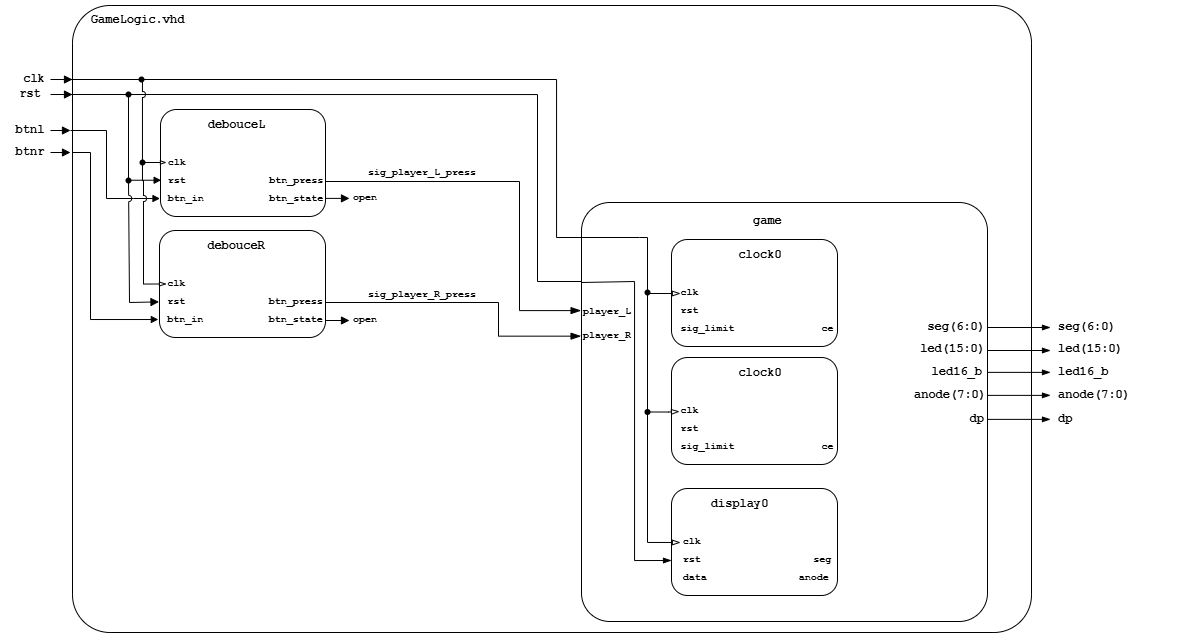
Earlier version of the draw.io export img/Schéma.png (270931/DE1-Projekt). Source tidied: cells renumbered, new cells last; positions are measured from the earlier drawing's top-left corner, leaving out a move shared by most shapes.
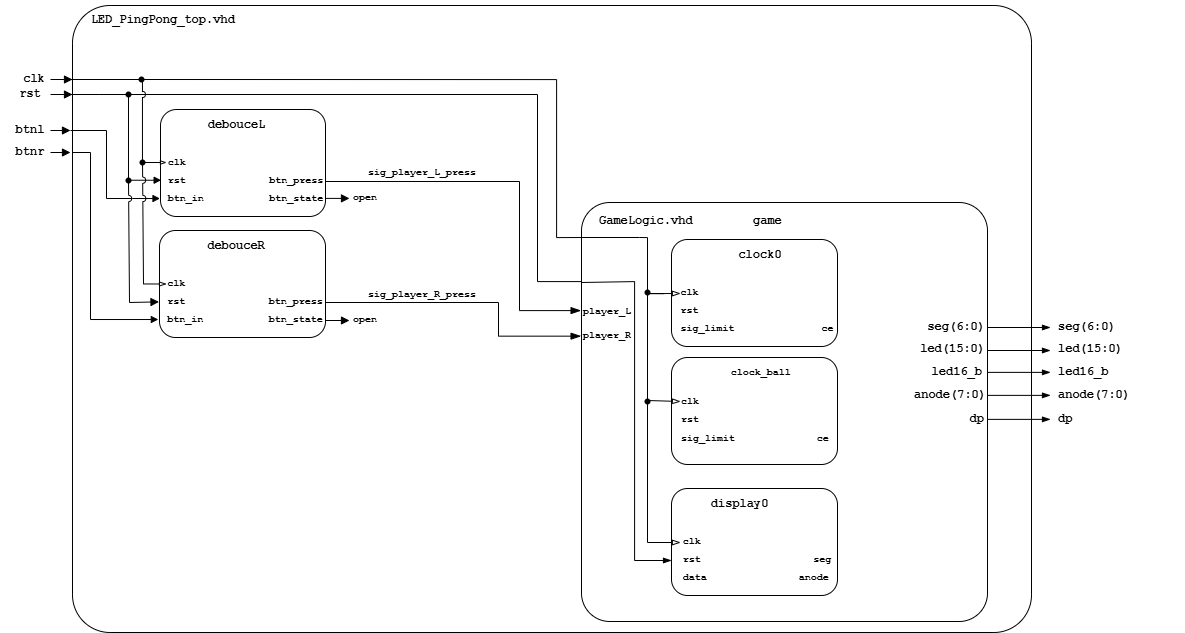
After the change.

Change to the diagram source:
```diff
@@ -2,7 +2,7 @@
   <root>
     <mxCell id="0" />
     <mxCell id="1" parent="0" />
-    <mxCell id="2" value="&lt;pre&gt;&lt;font face=&quot;Courier New&quot;&gt;&lt;b&gt;    GameLogic.vhd&lt;/b&gt;&lt;/font&gt;&lt;/pre&gt;" style="rounded=1;whiteSpace=wrap;html=1;align=left;verticalAlign=top;fontFamily=Courier New;arcSize=6;spacing=-10;" parent="1" vertex="1">
+    <mxCell id="2" value="&lt;pre&gt;&lt;font face=&quot;Courier New&quot;&gt;&lt;b&gt;    LED_PingPong_top.vhd&lt;/b&gt;&lt;/font&gt;&lt;/pre&gt;" style="rounded=1;whiteSpace=wrap;html=1;align=left;verticalAlign=top;fontFamily=Courier New;arcSize=6;spacing=-10;" parent="1" vertex="1">
       <mxGeometry x="72" width="959" height="627" as="geometry" />
     </mxCell>
     <mxCell id="3" style="endArrow=block;html=1;rounded=0;endFill=1;curved=0;" parent="1" edge="1">
@@ -233,7 +233,7 @@
     <mxCell id="47" value="&lt;div style=&quot;text-align: left;&quot;&gt;&lt;table&gt;&lt;tbody&gt;&lt;tr&gt;&lt;td&gt;&lt;font style=&quot;font-size: 10px;&quot;&gt;&lt;br&gt;&lt;/font&gt;&lt;/td&gt;&lt;td&gt;&lt;font style=&quot;line-height: 140%;&quot;&gt;clock0&lt;br&gt;&lt;br&gt;&lt;/font&gt;&lt;/td&gt;&lt;td&gt;&lt;font style=&quot;font-size: 10px;&quot;&gt;&lt;br&gt;&lt;/font&gt;&lt;/td&gt;&lt;/tr&gt;&lt;tr&gt;&lt;td&gt;&lt;font style=&quot;font-size: 10px;&quot;&gt;&amp;nbsp;clk&lt;/font&gt;&lt;/td&gt;&lt;td&gt;&lt;font style=&quot;font-size: 10px;&quot;&gt;&lt;br&gt;&lt;/font&gt;&lt;/td&gt;&lt;td&gt;&lt;font style=&quot;font-size: 10px;&quot;&gt;&lt;br&gt;&lt;/font&gt;&lt;/td&gt;&lt;/tr&gt;&lt;tr&gt;&lt;td&gt;&lt;font style=&quot;font-size: 10px;&quot;&gt;&amp;nbsp;rst&lt;/font&gt;&lt;/td&gt;&lt;td&gt;&lt;font style=&quot;font-size: 10px;&quot;&gt;&lt;br&gt;&lt;/font&gt;&lt;/td&gt;&lt;td&gt;&lt;br&gt;&lt;/td&gt;&lt;/tr&gt;&lt;tr&gt;&lt;td&gt;&lt;font style=&quot;font-size: 10px;&quot;&gt;&amp;nbsp;sig_limit&lt;/font&gt;&lt;/td&gt;&lt;td&gt;&lt;br&gt;&lt;/td&gt;&lt;td&gt;&lt;font style=&quot;font-size: 10px;&quot;&gt;&amp;nbsp; &amp;nbsp; &amp;nbsp; ce&lt;/font&gt;&lt;/td&gt;&lt;/tr&gt;&lt;/tbody&gt;&lt;/table&gt;&lt;br&gt;&lt;/div&gt;" style="rounded=1;whiteSpace=wrap;html=1;verticalAlign=top;fontFamily=Courier New;fontStyle=1;spacing=0;" parent="1" vertex="1">
       <mxGeometry x="671" y="234" width="166" height="107" as="geometry" />
     </mxCell>
-    <mxCell id="48" value="&lt;div style=&quot;text-align: left;&quot;&gt;&lt;table&gt;&lt;tbody&gt;&lt;tr&gt;&lt;td&gt;&lt;font style=&quot;font-size: 10px;&quot;&gt;&lt;br&gt;&lt;/font&gt;&lt;/td&gt;&lt;td&gt;&lt;font style=&quot;line-height: 140%;&quot;&gt;clock0&lt;br&gt;&lt;br&gt;&lt;/font&gt;&lt;/td&gt;&lt;td&gt;&lt;font style=&quot;font-size: 10px;&quot;&gt;&lt;br&gt;&lt;/font&gt;&lt;/td&gt;&lt;/tr&gt;&lt;tr&gt;&lt;td&gt;&lt;font style=&quot;font-size: 10px;&quot;&gt;&amp;nbsp;clk&lt;/font&gt;&lt;/td&gt;&lt;td&gt;&lt;font style=&quot;font-size: 10px;&quot;&gt;&lt;br&gt;&lt;/font&gt;&lt;/td&gt;&lt;td&gt;&lt;font style=&quot;font-size: 10px;&quot;&gt;&lt;br&gt;&lt;/font&gt;&lt;/td&gt;&lt;/tr&gt;&lt;tr&gt;&lt;td&gt;&lt;font style=&quot;font-size: 10px;&quot;&gt;&amp;nbsp;rst&lt;/font&gt;&lt;/td&gt;&lt;td&gt;&lt;font style=&quot;font-size: 10px;&quot;&gt;&lt;br&gt;&lt;/font&gt;&lt;/td&gt;&lt;td&gt;&lt;br&gt;&lt;/td&gt;&lt;/tr&gt;&lt;tr&gt;&lt;td&gt;&lt;font style=&quot;font-size: 10px;&quot;&gt;&amp;nbsp;sig_limit&lt;/font&gt;&lt;/td&gt;&lt;td&gt;&lt;br&gt;&lt;/td&gt;&lt;td&gt;&lt;font style=&quot;font-size: 10px;&quot;&gt;&amp;nbsp; &amp;nbsp; &amp;nbsp; ce&lt;/font&gt;&lt;/td&gt;&lt;/tr&gt;&lt;/tbody&gt;&lt;/table&gt;&lt;br&gt;&lt;/div&gt;" style="rounded=1;whiteSpace=wrap;html=1;verticalAlign=top;fontFamily=Courier New;fontStyle=1;spacing=0;" parent="1" vertex="1">
+    <mxCell id="48" value="&lt;div style=&quot;&quot;&gt;&lt;table&gt;&lt;tbody&gt;&lt;tr&gt;&lt;td&gt;&lt;font style=&quot;font-size: 10px;&quot;&gt;&lt;span style=&quot;white-space: pre;&quot;&gt;&#9;&lt;/span&gt;clock_ball&lt;br&gt;&lt;br&gt;&amp;nbsp;clk&amp;nbsp; &amp;nbsp; &amp;nbsp; &amp;nbsp; &amp;nbsp; &amp;nbsp; &amp;nbsp; &amp;nbsp;&lt;/font&gt;&lt;/td&gt;&lt;td&gt;&lt;font style=&quot;font-size: 10px;&quot;&gt;&lt;br&gt;&lt;/font&gt;&lt;/td&gt;&lt;td&gt;&lt;font style=&quot;font-size: 10px;&quot;&gt;&lt;br&gt;&lt;/font&gt;&lt;/td&gt;&lt;/tr&gt;&lt;tr&gt;&lt;td&gt;&lt;font style=&quot;font-size: 10px;&quot;&gt;&amp;nbsp;rst&amp;nbsp; &amp;nbsp; &amp;nbsp; &amp;nbsp; &amp;nbsp; &amp;nbsp; &amp;nbsp; &amp;nbsp;&lt;/font&gt;&lt;/td&gt;&lt;td&gt;&lt;font style=&quot;font-size: 10px;&quot;&gt;&lt;br&gt;&lt;/font&gt;&lt;/td&gt;&lt;td&gt;&lt;br&gt;&lt;/td&gt;&lt;/tr&gt;&lt;tr&gt;&lt;td&gt;&lt;font style=&quot;font-size: 10px;&quot;&gt;&amp;nbsp;sig_limit&amp;nbsp; &amp;nbsp; &amp;nbsp; &amp;nbsp; &amp;nbsp;&lt;/font&gt;&lt;/td&gt;&lt;td&gt;&lt;br&gt;&lt;/td&gt;&lt;td&gt;&lt;font style=&quot;font-size: 10px;&quot;&gt;&amp;nbsp; &amp;nbsp;ce&amp;nbsp;&lt;/font&gt;&lt;/td&gt;&lt;/tr&gt;&lt;/tbody&gt;&lt;/table&gt;&lt;br&gt;&lt;/div&gt;" style="rounded=1;whiteSpace=wrap;html=1;verticalAlign=top;fontFamily=Courier New;fontStyle=1;spacing=0;" parent="1" vertex="1">
       <mxGeometry x="671" y="352" width="166" height="107" as="geometry" />
     </mxCell>
     <mxCell id="49" value="&lt;div style=&quot;text-align: left;&quot;&gt;&lt;table&gt;&lt;tbody&gt;&lt;tr&gt;&lt;td&gt;&lt;font style=&quot;font-size: 10px;&quot;&gt;&lt;br&gt;&lt;/font&gt;&lt;/td&gt;&lt;td&gt;&lt;font style=&quot;line-height: 140%;&quot;&gt;display0&lt;br&gt;&lt;br&gt;&lt;/font&gt;&lt;/td&gt;&lt;td&gt;&lt;font style=&quot;font-size: 10px;&quot;&gt;&lt;br&gt;&lt;/font&gt;&lt;/td&gt;&lt;/tr&gt;&lt;tr&gt;&lt;td&gt;&lt;font style=&quot;font-size: 10px;&quot;&gt;&amp;nbsp;clk&lt;/font&gt;&lt;/td&gt;&lt;td&gt;&lt;font style=&quot;font-size: 10px;&quot;&gt;&amp;nbsp; &amp;nbsp; &amp;nbsp; &amp;nbsp; &amp;nbsp; &amp;nbsp; &amp;nbsp;&amp;nbsp;&lt;/font&gt;&lt;/td&gt;&lt;td&gt;&lt;font style=&quot;font-size: 10px;&quot;&gt;&lt;br&gt;&lt;/font&gt;&lt;/td&gt;&lt;/tr&gt;&lt;tr&gt;&lt;td&gt;&lt;font style=&quot;font-size: 10px;&quot;&gt;&amp;nbsp;rst&lt;/font&gt;&lt;/td&gt;&lt;td&gt;&lt;font style=&quot;font-size: 10px;&quot;&gt;&lt;br&gt;&lt;/font&gt;&lt;/td&gt;&lt;td&gt;&amp;nbsp; &lt;font style=&quot;font-size: 10px;&quot;&gt;seg&lt;/font&gt;&lt;/td&gt;&lt;/tr&gt;&lt;tr&gt;&lt;td&gt;&lt;font style=&quot;font-size: 10px;&quot;&gt;&amp;nbsp;data&lt;/font&gt;&lt;/td&gt;&lt;td&gt;&lt;br&gt;&lt;/td&gt;&lt;td&gt;&lt;font style=&quot;font-size: 10px;&quot;&gt;anode&lt;/font&gt;&lt;/td&gt;&lt;/tr&gt;&lt;/tbody&gt;&lt;/table&gt;&lt;br&gt;&lt;/div&gt;" style="rounded=1;whiteSpace=wrap;html=1;verticalAlign=top;fontFamily=Courier New;fontStyle=1;spacing=0;" parent="1" vertex="1">
@@ -255,9 +255,13 @@
         </Array>
       </mxGeometry>
     </mxCell>
-    <mxCell id="52" style="endArrow=blockThin;html=1;rounded=0;edgeStyle=orthogonalEdgeStyle;endFill=0;" parent="1" edge="1" source="69">
+    <mxCell id="52" style="endArrow=blockThin;html=1;rounded=0;edgeStyle=orthogonalEdgeStyle;endFill=0;" parent="1" edge="1">
       <mxGeometry relative="1" as="geometry">
-        <mxPoint x="679" y="406" as="targetPoint" />
+        <mxPoint x="647" y="395" as="sourcePoint" />
+        <mxPoint x="680" y="396" as="targetPoint" />
+        <Array as="points">
+          <mxPoint x="647" y="396" />
+        </Array>
       </mxGeometry>
     </mxCell>
     <mxCell id="53" style="shape=waypoint;sketch=0;fillStyle=solid;size=6;fillColor=none;perimeter=centerPerimeter;" parent="1" vertex="1">
@@ -343,10 +347,13 @@
       </mxGeometry>
     </mxCell>
     <mxCell id="69" style="shape=waypoint;sketch=0;fillStyle=solid;size=6;points=[];fillColor=none;perimeter=centerPerimeter;snapToPoint=1;" parent="1" vertex="1">
-      <mxGeometry x="637" y="396.5" width="20" height="20" as="geometry" />
+      <mxGeometry x="637" y="386" width="20" height="20" as="geometry" />
     </mxCell>
     <mxCell id="70" style="shape=waypoint;sketch=0;fillStyle=solid;size=6;fillColor=none;perimeter=centerPerimeter;" parent="1" vertex="1">
       <mxGeometry x="132" y="147" width="20" height="20" as="geometry" />
     </mxCell>
+    <mxCell id="71" value="&lt;b&gt;GameLogic.vhd&lt;/b&gt;" style="text;html=1;whiteSpace=wrap;strokeColor=none;fillColor=none;align=left;verticalAlign=middle;rounded=0;fontFamily=Courier New;" parent="1" vertex="1">
+      <mxGeometry x="597" y="201" width="128" height="30" as="geometry" />
+    </mxCell>
   </root>
 </mxGraphModel>
```
